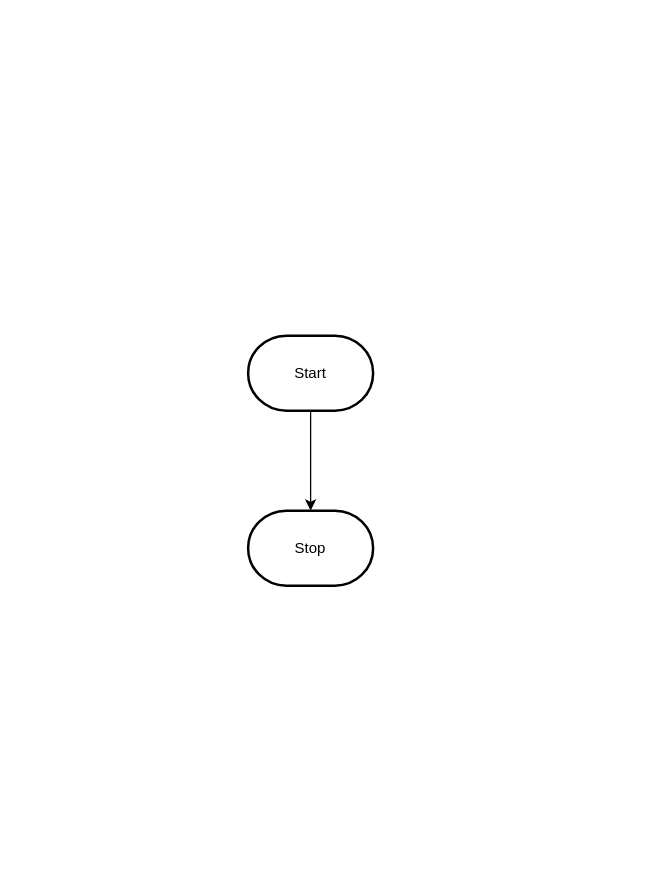
This is design/flowchart.drawio from MTHS-ICD2O-1-2023/ICD2O-Unit-5-08-Gabriel-Zanardi, a draw.io file, before an edit. Source tidied: cells renumbered, new cells numbered last; positions are measured from the earlier drawing's top-left corner, leaving out a move shared by most shapes. Both pictures are drawn from the tidied source at 125%, with x=0, y=0 at pixel (248, 335).
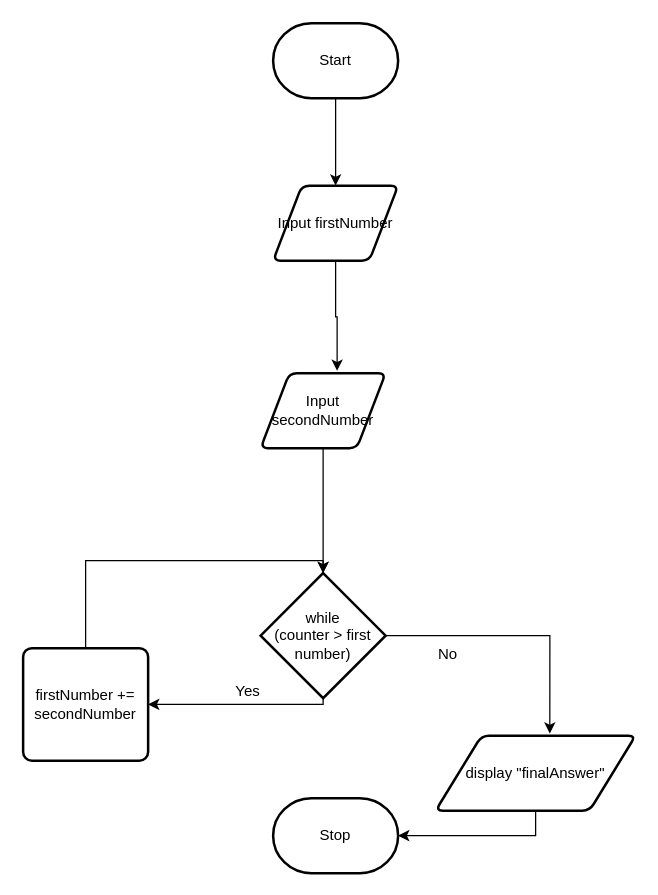
The same page after the edit.

The edit, as a diff of the source:
```diff
@@
-    <mxCell id="2" style="edgeStyle=orthogonalEdgeStyle;html=1;rounded=0;" parent="1" edge="1" source="3" target="4">
-      <mxGeometry relative="1" as="geometry" />
-    </mxCell>
+    <mxCell id="5" style="edgeStyle=orthogonalEdgeStyle;rounded=0;html=1;entryX=0.5;entryY=0;entryDx=0;entryDy=0;" parent="1" edge="1" source="3" target="18">
+      <mxGeometry relative="1" as="geometry" />
+    </mxCell>
     <mxCell id="3" value="Start" style="strokeWidth=2;html=1;shape=mxgraph.flowchart.terminator;whiteSpace=wrap;" parent="1" vertex="1">
-      <mxGeometry width="100" height="60" as="geometry" />
+      <mxGeometry x="20" y="-250" width="100" height="60" as="geometry" />
     </mxCell>
     <mxCell id="4" value="Stop" style="strokeWidth=2;html=1;shape=mxgraph.flowchart.terminator;whiteSpace=wrap;" parent="1" vertex="1">
-      <mxGeometry y="140" width="100" height="60" as="geometry" />
+      <mxGeometry x="20" y="370" width="100" height="60" as="geometry" />
     </mxCell>
+    <mxCell id="6" style="edgeStyle=orthogonalEdgeStyle;rounded=0;html=1;entryX=1;entryY=0.5;entryDx=0;entryDy=0;" parent="1" edge="1" source="8" target="10">
+      <mxGeometry relative="1" as="geometry">
+        <Array as="points">
+          <mxPoint x="60" y="295" />
+        </Array>
+      </mxGeometry>
+    </mxCell>
+    <mxCell id="7" style="edgeStyle=orthogonalEdgeStyle;rounded=0;html=1;entryX=0.571;entryY=-0.027;entryDx=0;entryDy=0;entryPerimeter=0;" parent="1" edge="1" source="8" target="12">
+      <mxGeometry relative="1" as="geometry" />
+    </mxCell>
+    <mxCell id="8" value="while&lt;br&gt;(counter &amp;gt; first number)" style="strokeWidth=2;html=1;shape=mxgraph.flowchart.decision;whiteSpace=wrap;" parent="1" vertex="1">
+      <mxGeometry x="10" y="190" width="100" height="100" as="geometry" />
+    </mxCell>
+    <mxCell id="9" style="edgeStyle=orthogonalEdgeStyle;rounded=0;html=1;entryX=0.5;entryY=0;entryDx=0;entryDy=0;entryPerimeter=0;" parent="1" edge="1" source="10" target="8">
+      <mxGeometry relative="1" as="geometry">
+        <Array as="points">
+          <mxPoint x="-130" y="180" />
+          <mxPoint x="60" y="180" />
+        </Array>
+      </mxGeometry>
+    </mxCell>
+    <mxCell id="10" value="firstNumber += secondNumber" style="rounded=1;whiteSpace=wrap;html=1;absoluteArcSize=1;arcSize=14;strokeWidth=2;" parent="1" vertex="1">
+      <mxGeometry x="-180" y="250" width="100" height="90" as="geometry" />
+    </mxCell>
+    <mxCell id="11" style="edgeStyle=orthogonalEdgeStyle;rounded=0;html=1;" parent="1" edge="1" source="12" target="4">
+      <mxGeometry relative="1" as="geometry">
+        <Array as="points">
+          <mxPoint x="230" y="400" />
+        </Array>
+      </mxGeometry>
+    </mxCell>
+    <mxCell id="12" value="display &quot;finalAnswer&quot;" style="shape=parallelogram;html=1;strokeWidth=2;perimeter=parallelogramPerimeter;whiteSpace=wrap;rounded=1;arcSize=12;size=0.23;" parent="1" vertex="1">
+      <mxGeometry x="150" y="320" width="160" height="60" as="geometry" />
+    </mxCell>
+    <mxCell id="13" value="No" style="text;html=1;strokeColor=none;fillColor=none;align=center;verticalAlign=middle;whiteSpace=wrap;rounded=0;" parent="1" vertex="1">
+      <mxGeometry x="130" y="240" width="60" height="30" as="geometry" />
+    </mxCell>
+    <mxCell id="14" value="Yes" style="text;html=1;strokeColor=none;fillColor=none;align=center;verticalAlign=middle;whiteSpace=wrap;rounded=0;" parent="1" vertex="1">
+      <mxGeometry x="-30" y="270" width="60" height="30" as="geometry" />
+    </mxCell>
+    <mxCell id="15" style="edgeStyle=orthogonalEdgeStyle;rounded=0;html=1;" parent="1" edge="1" source="16">
+      <mxGeometry relative="1" as="geometry">
+        <mxPoint x="60" y="190" as="targetPoint" />
+      </mxGeometry>
+    </mxCell>
+    <mxCell id="16" value="Input secondNumber" style="shape=parallelogram;html=1;strokeWidth=2;perimeter=parallelogramPerimeter;whiteSpace=wrap;rounded=1;arcSize=12;size=0.23;" parent="1" vertex="1">
+      <mxGeometry x="10" y="30" width="100" height="60" as="geometry" />
+    </mxCell>
+    <mxCell id="17" style="edgeStyle=orthogonalEdgeStyle;rounded=0;html=1;entryX=0.612;entryY=-0.03;entryDx=0;entryDy=0;entryPerimeter=0;" parent="1" edge="1" source="18" target="16">
+      <mxGeometry relative="1" as="geometry" />
+    </mxCell>
+    <mxCell id="18" value="Input firstNumber" style="shape=parallelogram;html=1;strokeWidth=2;perimeter=parallelogramPerimeter;whiteSpace=wrap;rounded=1;arcSize=12;size=0.23;" parent="1" vertex="1">
+      <mxGeometry x="20" y="-120" width="100" height="60" as="geometry" />
+    </mxCell>
```
